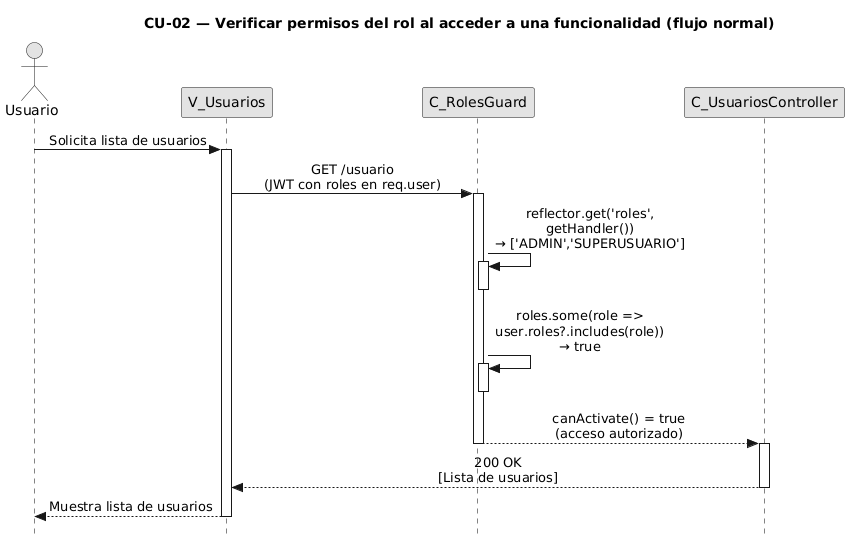
The PlantUML diagram diagramas-secuencia/CU02/CU02-normal.png in FSM-Finet-y-Cable-Magico/Team_1-Inventario-y-Bodega, before a commit.
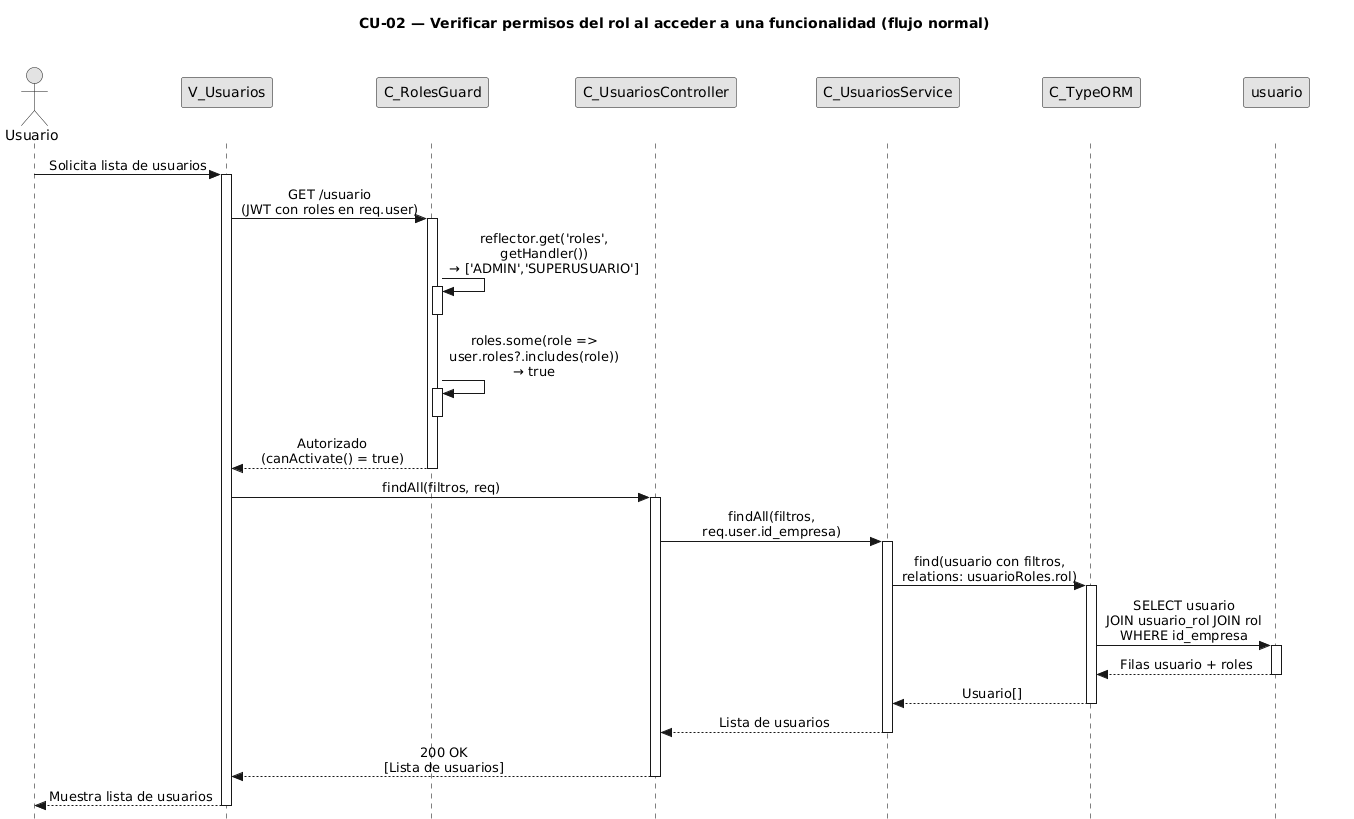
After the commit.

Change to the diagram source:
```diff
@@ -5,8 +5,16 @@
 skinparam monochrome true
 skinparam shadowing false
 skinparam sequenceMessageAlign center
-skinparam ParticipantPadding 70
-skinparam ActorPadding 30
+<style>
+sequenceDiagram {
+  participant {
+    Margin 35
+  }
+  actor {
+    Margin 15
+  }
+}
+</style>
 skinparam sequence {
   MessageAlign center
   LifeLineBorderColor black
@@ -17,6 +25,9 @@
 participant "V_Usuarios" as view
 participant "C_RolesGuard" as guard
 participant "C_UsuariosController" as ctrl
+participant "C_UsuariosService" as svc
+participant "C_TypeORM" as orm
+participant "usuario" as uent
 
 user -> view : Solicita lista de usuarios
 activate view
@@ -32,9 +43,28 @@
 activate guard
 deactivate guard
 
-guard --> ctrl : canActivate() = true\n(acceso autorizado)
+guard --> view : Autorizado\n(canActivate() = true)
 deactivate guard
+
+view -> ctrl : findAll(filtros, req)
 activate ctrl
+
+ctrl -> svc : findAll(filtros,\nreq.user.id_empresa)
+activate svc
+
+svc -> orm : find(usuario con filtros,\nrelations: usuarioRoles.rol)
+activate orm
+
+orm -> uent : SELECT usuario\nJOIN usuario_rol JOIN rol\nWHERE id_empresa
+activate uent
+uent --> orm : Filas usuario + roles
+deactivate uent
+
+orm --> svc : Usuario[]
+deactivate orm
+
+svc --> ctrl : Lista de usuarios
+deactivate svc
 
 ctrl --> view : 200 OK\n[Lista de usuarios]
 deactivate ctrl
```
